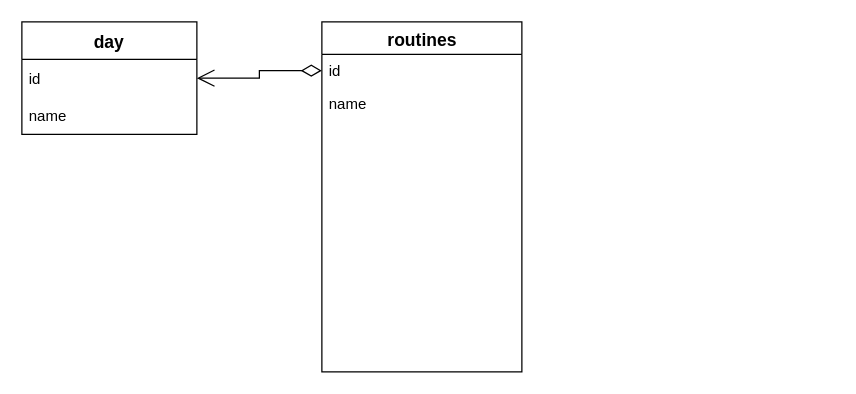
Earlier version of the draw.io diagram db.drawio (norwegianblackmetal/daydash). Source tidied: cells renumbered, new cells numbered last; positions are measured from the earlier drawing's top-left corner, leaving out a move shared by most shapes. Both pictures are drawn from the tidied source at 125%, with x=0, y=0 at pixel (21, 21).
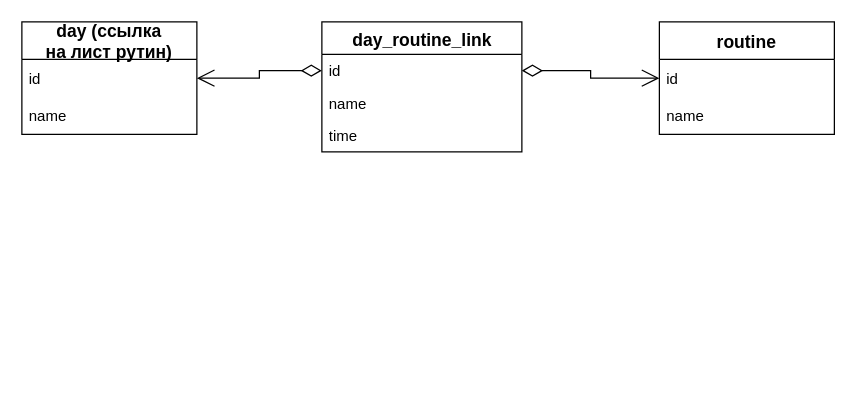
After the change.

The edit, as a diff of the source:
```diff
@@
 <mxGraphModel>
   <root>
     <mxCell id="0" />
     <mxCell id="1" parent="0" />
-    <mxCell id="2" value="routines" style="swimlane;html=1;fontStyle=1;align=center;verticalAlign=top;horizontal=1;startSize=26;swimlaneFillColor=#ffffff;rounded=0;shadow=0;comic=0;labelBackgroundColor=none;strokeWidth=1;fillColor=none;fontFamily=Helvetica;fontSize=14;" parent="1" vertex="1">
-      <mxGeometry x="240" width="160" height="280" as="geometry" />
+    <mxCell id="2" value="day_routine_link" style="swimlane;html=1;fontStyle=1;align=center;verticalAlign=top;horizontal=1;startSize=26;swimlaneFillColor=#ffffff;rounded=0;shadow=0;comic=0;labelBackgroundColor=none;strokeWidth=1;fillColor=none;fontFamily=Helvetica;fontSize=14;" parent="1" vertex="1">
+      <mxGeometry x="240" width="160" height="104" as="geometry" />
     </mxCell>
     <mxCell id="3" value="id" style="text;html=1;strokeColor=none;fillColor=none;align=left;verticalAlign=top;spacingLeft=4;spacingRight=4;whiteSpace=wrap;overflow=hidden;points=[[0,0.5],[1,0.5]];portConstraint=eastwest;" parent="2" vertex="1">
       <mxGeometry y="26" width="160" height="26" as="geometry" />
     </mxCell>
     <mxCell id="4" value="name" style="text;html=1;strokeColor=none;fillColor=none;align=left;verticalAlign=top;spacingLeft=4;spacingRight=4;whiteSpace=wrap;overflow=hidden;" parent="2" vertex="1">
       <mxGeometry y="52" width="160" height="26" as="geometry" />
     </mxCell>
+    <mxCell id="9" value="time" style="text;html=1;strokeColor=none;fillColor=none;align=left;verticalAlign=top;spacingLeft=4;spacingRight=4;whiteSpace=wrap;overflow=hidden;" parent="2" vertex="1">
+      <mxGeometry y="78" width="160" height="26" as="geometry" />
+    </mxCell>
-    <mxCell id="5" value="day" style="swimlane;fontStyle=1;horizontal=1;startSize=30;fontSize=14;fontFamily=Helvetica;" parent="1" vertex="1">
+    <mxCell id="5" value="day (ссылка &#10;на лист рутин)" style="swimlane;fontStyle=1;horizontal=1;startSize=30;fontSize=14;fontFamily=Helvetica;" parent="1" vertex="1">
       <mxGeometry width="140" height="90" as="geometry" />
     </mxCell>
     <mxCell id="6" value="id" style="text;strokeColor=none;fillColor=none;align=left;verticalAlign=middle;spacingLeft=4;spacingRight=4;overflow=hidden;points=[[0,0.5],[1,0.5]];portConstraint=eastwest;" parent="5" vertex="1">
       <mxGeometry y="30" width="140" height="30" as="geometry" />
     </mxCell>
     <mxCell id="7" value="name" style="text;strokeColor=none;fillColor=none;align=left;verticalAlign=middle;spacingLeft=4;spacingRight=4;overflow=hidden;" parent="5" vertex="1">
       <mxGeometry y="60" width="140" height="30" as="geometry" />
     </mxCell>
     <mxCell id="8" style="endArrow=open;html=1;endSize=12;startArrow=diamondThin;startSize=14;startFill=0;edgeStyle=orthogonalEdgeStyle;rounded=0;fontFamily=Helvetica;fontSize=14;entryX=1;entryY=0.5;entryDx=0;entryDy=0;exitX=0;exitY=0.5;exitDx=0;exitDy=0;fontStyle=0;arcSize=20;" parent="1" edge="1" source="3" target="6">
       <mxGeometry relative="1" as="geometry" />
     </mxCell>
+    <mxCell id="10" value="routine" style="swimlane;fontStyle=1;horizontal=1;startSize=30;fontSize=14;" parent="1" vertex="1">
+      <mxGeometry x="510" width="140" height="90" as="geometry" />
+    </mxCell>
+    <mxCell id="11" value="id" style="text;strokeColor=none;fillColor=none;align=left;verticalAlign=middle;spacingLeft=4;spacingRight=4;overflow=hidden;points=[[0,0.5],[1,0.5]];portConstraint=eastwest;" parent="10" vertex="1">
+      <mxGeometry y="30" width="140" height="30" as="geometry" />
+    </mxCell>
+    <mxCell id="12" value="name" style="text;strokeColor=none;fillColor=none;align=left;verticalAlign=middle;spacingLeft=4;spacingRight=4;overflow=hidden;" parent="10" vertex="1">
+      <mxGeometry y="60" width="140" height="30" as="geometry" />
+    </mxCell>
+    <mxCell id="13" style="endArrow=open;html=1;endSize=12;startArrow=diamondThin;startSize=14;startFill=0;edgeStyle=orthogonalEdgeStyle;rounded=0;fontFamily=Helvetica;fontSize=14;entryX=0;entryY=0.5;entryDx=0;entryDy=0;exitX=1;exitY=0.5;exitDx=0;exitDy=0;fontStyle=0;arcSize=20;" parent="1" edge="1" source="3" target="11">
+      <mxGeometry relative="1" as="geometry" />
+    </mxCell>
   </root>
 </mxGraphModel>
```
